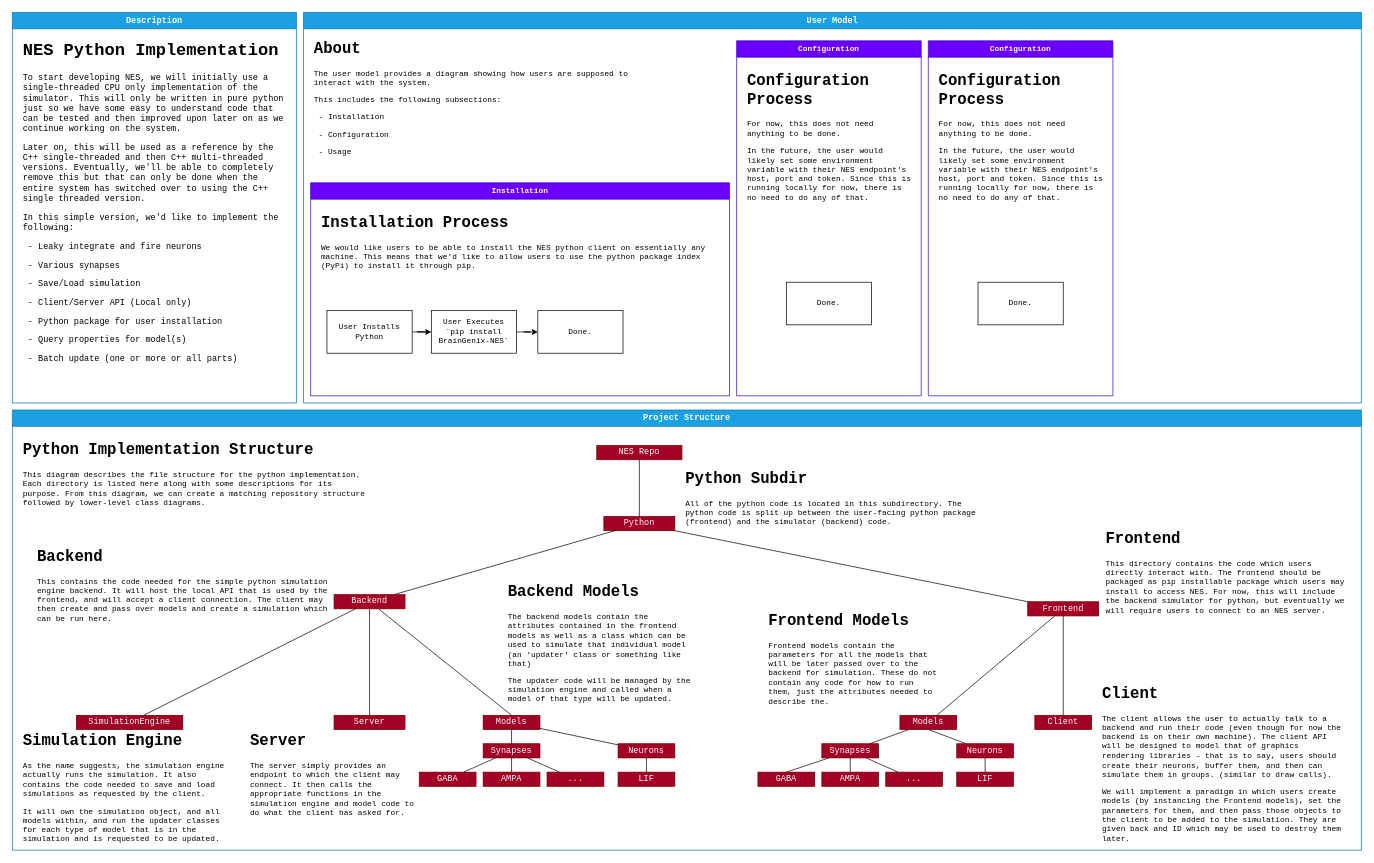
Before: page "Python Implementation" (1 of 5) of Docs/BlockDiagrams/BrainGenix-NES.drawio in carboncopies/BrainGenix-NES, a draw.io diagram. Source tidied: cells renumbered, new cells numbered last; positions are measured from the earlier drawing's top-left corner, leaving out a move shared by most shapes. Both pictures are drawn from the tidied source at 71%, with x=0, y=0 at pixel (12, 12).
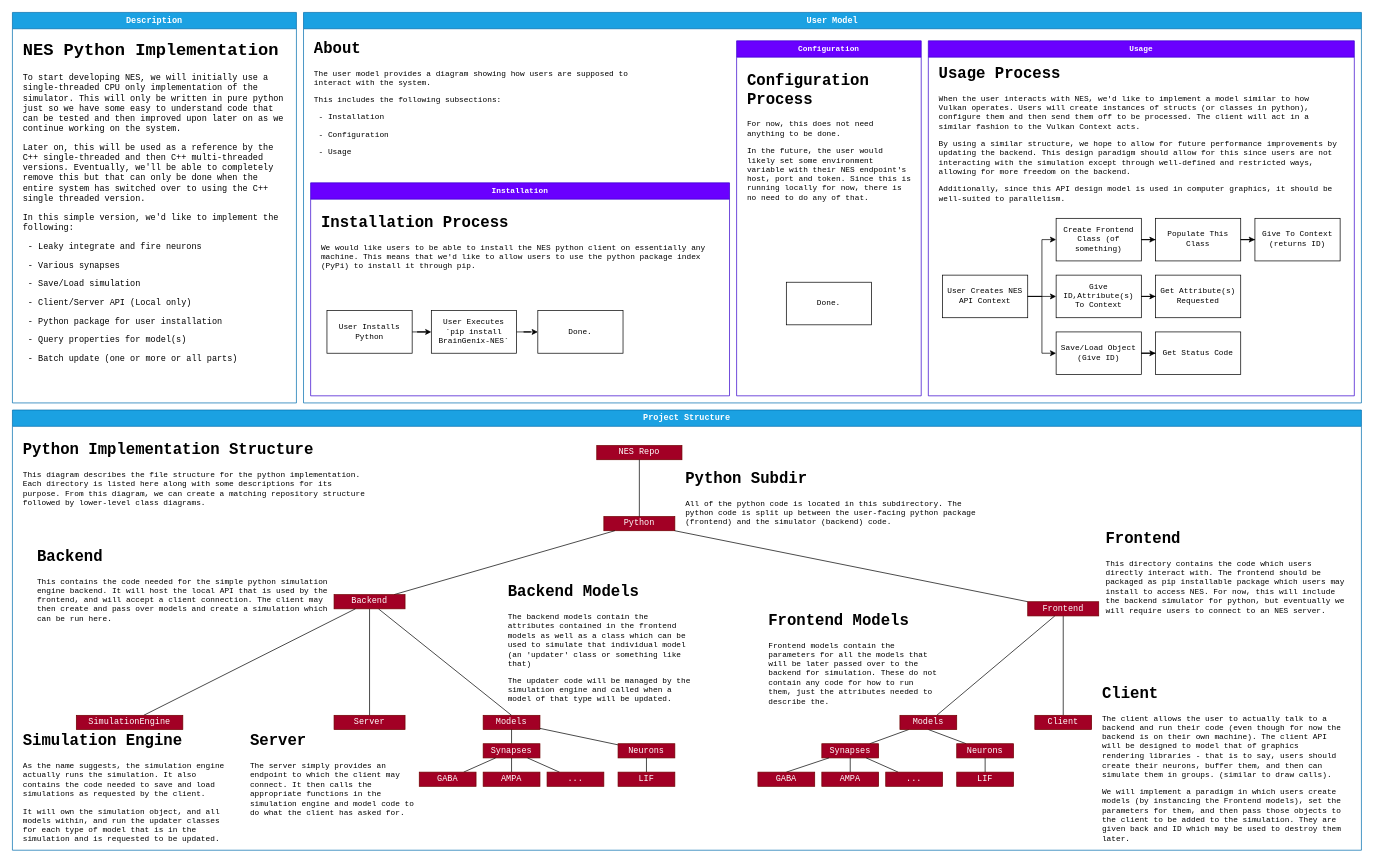
The same diagram, later.

Commit message:
Update Project Diagram User Model

Unchanged cells that the change refers to:
```xml
<mxCell id="55" value="User Model" style="swimlane;whiteSpace=wrap;html=1;rounded=0;strokeColor=#006EAF;fontFamily=Courier New;fontSize=12;fontColor=#ffffff;startSize=23;fillColor=#1ba1e2;" parent="1" vertex="1">
  <mxGeometry x="410" width="1490" height="550" as="geometry" />
</mxCell>
```

The edit, as a diff of the source:
```diff
@@
-    <mxCell id="68" value="Configuration" style="swimlane;whiteSpace=wrap;html=1;rounded=0;fontFamily=Courier New;fontSize=11;fontColor=#ffffff;fillColor=#6a00ff;strokeColor=#3700CC;" parent="55" vertex="1">
-      <mxGeometry x="880" y="40" width="260" height="500" as="geometry" />
+    <mxCell id="68" value="Usage" style="swimlane;whiteSpace=wrap;html=1;rounded=0;fontFamily=Courier New;fontSize=11;fontColor=#ffffff;fillColor=#6a00ff;strokeColor=#3700CC;" parent="55" vertex="1">
+      <mxGeometry x="880" y="40" width="600" height="500" as="geometry" />
     </mxCell>
@@
-    <mxCell id="70" value="&lt;h1&gt;Configuration Process&lt;/h1&gt;&lt;p&gt;For now, this does not need anything to be done.&amp;nbsp;&lt;/p&gt;&lt;p&gt;In the future, the user would likely set some environment variable with their NES endpoint's host, port and token. Since this is running locally for now, there is no need to do any of that.&lt;/p&gt;" style="text;html=1;strokeColor=none;fillColor=none;spacing=5;spacingTop=-20;whiteSpace=wrap;overflow=hidden;rounded=0;fontSize=11;fontFamily=Courier New;fontColor=default;" parent="68" vertex="1">
-      <mxGeometry x="10" y="40" width="240" height="200" as="geometry" />
+    <mxCell id="70" value="&lt;h1&gt;Usage Process&lt;/h1&gt;&lt;p&gt;When the user interacts with NES, we'd like to implement a model similar to how Vulkan operates. Users will create instances of structs (or classes in python), configure them and then send them off to be processed. The client will act in a similar fashion to the Vulkan Context acts.&amp;nbsp;&lt;/p&gt;&lt;p&gt;By using a similar structure, we hope to allow for future performance improvements by updating the backend. This design paradigm should allow for this since users are not interacting with the simulation except through well-defined and restricted ways, allowing for more freedom on the backend.&lt;/p&gt;&lt;p&gt;Additionally, since this API design model is used in computer graphics, it should be well-suited to parallelism.&amp;nbsp;&lt;/p&gt;" style="text;html=1;strokeColor=none;fillColor=none;spacing=5;spacingTop=-20;whiteSpace=wrap;overflow=hidden;rounded=0;fontSize=11;fontFamily=Courier New;fontColor=default;" parent="68" vertex="1">
+      <mxGeometry x="10" y="30" width="570" height="210" as="geometry" />
     </mxCell>
+    <mxCell id="72" style="edgeStyle=orthogonalEdgeStyle;shape=connector;rounded=0;jettySize=auto;html=1;entryX=0;entryY=0.5;entryDx=0;entryDy=0;labelBackgroundColor=default;strokeColor=default;fontFamily=Courier New;fontSize=11;fontColor=default;startArrow=none;endArrow=classic;endFill=1;" parent="68" edge="1" source="71" target="76">
+      <mxGeometry relative="1" as="geometry">
+        <Array as="points">
+          <mxPoint x="160" y="360" />
+          <mxPoint x="160" y="280" />
+        </Array>
+      </mxGeometry>
+    </mxCell>
+    <mxCell id="73" style="edgeStyle=orthogonalEdgeStyle;shape=connector;rounded=0;jettySize=auto;html=1;labelBackgroundColor=default;strokeColor=default;fontFamily=Courier New;fontSize=11;fontColor=default;startArrow=none;endArrow=classic;endFill=1;" parent="68" edge="1" source="71" target="81">
+      <mxGeometry relative="1" as="geometry" />
+    </mxCell>
+    <mxCell id="74" style="edgeStyle=orthogonalEdgeStyle;shape=connector;rounded=0;jettySize=auto;html=1;entryX=0;entryY=0.5;entryDx=0;entryDy=0;labelBackgroundColor=default;strokeColor=default;fontFamily=Courier New;fontSize=11;fontColor=default;startArrow=none;endArrow=classic;endFill=1;" parent="68" edge="1" source="71" target="84">
+      <mxGeometry relative="1" as="geometry" />
+    </mxCell>
-    <mxCell id="71" value="Done." style="rounded=0;whiteSpace=wrap;html=1;fontFamily=Courier New;fontSize=11;fontColor=default;fillColor=none;gradientColor=none;" parent="68" vertex="1">
-      <mxGeometry x="70" y="340" width="120" height="60" as="geometry" />
+    <mxCell id="71" value="User Creates NES API Context" style="rounded=0;whiteSpace=wrap;html=1;fontFamily=Courier New;fontSize=11;fontColor=default;fillColor=none;gradientColor=none;" parent="68" vertex="1">
+      <mxGeometry x="20" y="330" width="120" height="60" as="geometry" />
     </mxCell>
+    <mxCell id="75" style="edgeStyle=orthogonalEdgeStyle;shape=connector;rounded=0;jettySize=auto;html=1;labelBackgroundColor=default;strokeColor=default;fontFamily=Courier New;fontSize=11;fontColor=default;startArrow=none;endArrow=classic;endFill=1;" parent="68" edge="1" source="76" target="78">
+      <mxGeometry relative="1" as="geometry" />
+    </mxCell>
+    <mxCell id="76" value="Create Frontend Class (of something)" style="rounded=0;whiteSpace=wrap;html=1;fontFamily=Courier New;fontSize=11;fontColor=default;fillColor=none;gradientColor=none;" parent="68" vertex="1">
+      <mxGeometry x="180" y="250" width="120" height="60" as="geometry" />
+    </mxCell>
+    <mxCell id="77" style="edgeStyle=orthogonalEdgeStyle;shape=connector;rounded=0;jettySize=auto;html=1;labelBackgroundColor=default;strokeColor=default;fontFamily=Courier New;fontSize=11;fontColor=default;startArrow=none;endArrow=classic;endFill=1;" parent="68" edge="1" source="78" target="79">
+      <mxGeometry relative="1" as="geometry" />
+    </mxCell>
+    <mxCell id="78" value="Populate This Class" style="rounded=0;whiteSpace=wrap;html=1;fontFamily=Courier New;fontSize=11;fontColor=default;fillColor=none;gradientColor=none;" parent="68" vertex="1">
+      <mxGeometry x="320" y="250" width="120" height="60" as="geometry" />
+    </mxCell>
+    <mxCell id="79" value="Give To Context (returns ID)" style="rounded=0;whiteSpace=wrap;html=1;fontFamily=Courier New;fontSize=11;fontColor=default;fillColor=none;gradientColor=none;" parent="68" vertex="1">
+      <mxGeometry x="460" y="250" width="120" height="60" as="geometry" />
+    </mxCell>
+    <mxCell id="80" style="edgeStyle=orthogonalEdgeStyle;shape=connector;rounded=0;jettySize=auto;html=1;labelBackgroundColor=default;strokeColor=default;fontFamily=Courier New;fontSize=11;fontColor=default;startArrow=none;endArrow=classic;endFill=1;" parent="68" edge="1" source="81" target="82">
+      <mxGeometry relative="1" as="geometry" />
+    </mxCell>
+    <mxCell id="81" value="Give ID,Attribute(s) To Context" style="rounded=0;whiteSpace=wrap;html=1;fontFamily=Courier New;fontSize=11;fontColor=default;fillColor=none;gradientColor=none;" parent="68" vertex="1">
+      <mxGeometry x="180" y="330" width="120" height="60" as="geometry" />
+    </mxCell>
+    <mxCell id="82" value="Get Attribute(s) Requested" style="rounded=0;whiteSpace=wrap;html=1;fontFamily=Courier New;fontSize=11;fontColor=default;fillColor=none;gradientColor=none;" parent="68" vertex="1">
+      <mxGeometry x="320" y="330" width="120" height="60" as="geometry" />
+    </mxCell>
+    <mxCell id="83" style="edgeStyle=orthogonalEdgeStyle;shape=connector;rounded=0;jettySize=auto;html=1;labelBackgroundColor=default;strokeColor=default;fontFamily=Courier New;fontSize=11;fontColor=default;startArrow=none;endArrow=classic;endFill=1;" parent="68" edge="1" source="84" target="85">
+      <mxGeometry relative="1" as="geometry" />
+    </mxCell>
+    <mxCell id="84" value="Save/Load Object (Give ID)" style="rounded=0;whiteSpace=wrap;html=1;fontFamily=Courier New;fontSize=11;fontColor=default;fillColor=none;gradientColor=none;" parent="68" vertex="1">
+      <mxGeometry x="180" y="410" width="120" height="60" as="geometry" />
+    </mxCell>
+    <mxCell id="85" value="Get Status Code" style="rounded=0;whiteSpace=wrap;html=1;fontFamily=Courier New;fontSize=11;fontColor=default;fillColor=none;gradientColor=none;" parent="68" vertex="1">
+      <mxGeometry x="320" y="410" width="120" height="60" as="geometry" />
+    </mxCell>
```
